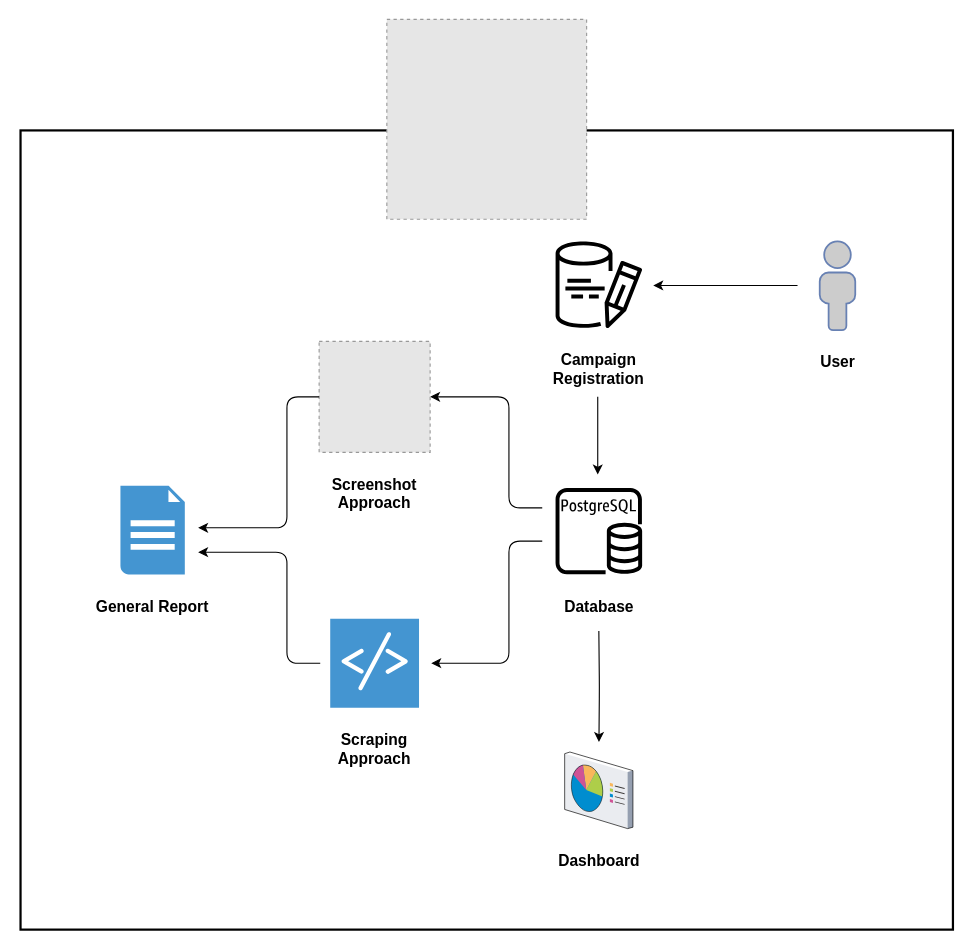
The draw.io diagram Non-Technical/architecture/Brandguard-System-Architecture.drawio in Muhammad-Danish-011/Project-Brandguard, before the edit. Source tidied: cells renumbered, new cells numbered last; positions are measured from the earlier drawing's top-left corner, leaving out a move shared by most shapes. Both pictures are drawn from the tidied source at 111%, with x=0, y=0 at pixel (20, 19). Pictures stored in the file or linked from it are replaced by grey dashed boxes.
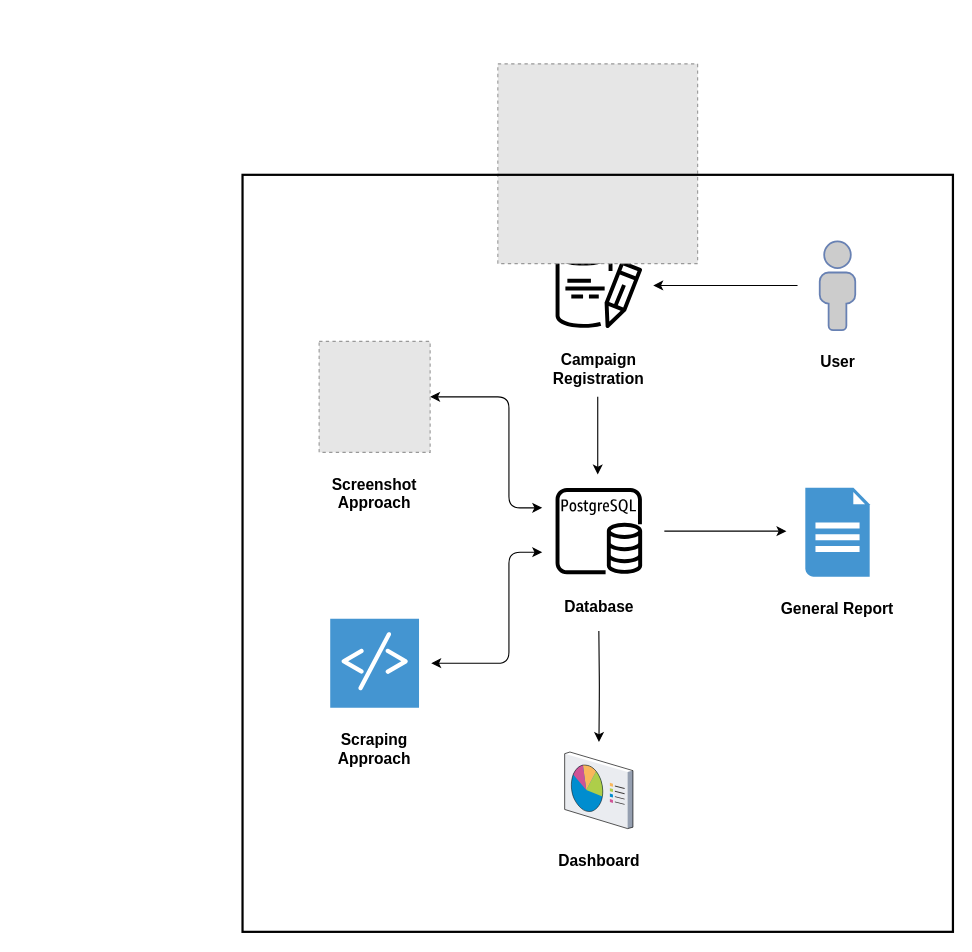
The same diagram, later.

Unchanged cells that the change refers to:
```xml
<mxCell id="5" value="&lt;h3&gt;Screenshot Approach&lt;/h3&gt;" style="fillColor=#E6E6E6;strokeColor=#999999;dashed=1;html=1;verticalAlign=top;verticalLabelPosition=bottom;labelBackgroundColor=none;spacing=2;whiteSpace=wrap;" parent="1" vertex="1">
  <mxGeometry x="269" y="290" width="100" height="100" as="geometry" />
</mxCell>
```

What changed in the source:
```diff
@@
-    <mxCell id="2" style="edgeStyle=orthogonalEdgeStyle;rounded=1;orthogonalLoop=1;jettySize=auto;html=1;" parent="1" edge="1">
+    <mxCell id="2" style="edgeStyle=orthogonalEdgeStyle;rounded=1;orthogonalLoop=1;jettySize=auto;html=1;startArrow=classic;startFill=1;" parent="1" edge="1">
       <mxGeometry relative="1" as="geometry">
-        <mxPoint x="470" y="470" as="sourcePoint" />
+        <mxPoint x="470" y="480" as="sourcePoint" />
         <mxPoint x="370" y="580" as="targetPoint" />
         <Array as="points">
-          <mxPoint x="440" y="470" />
+          <mxPoint x="470" y="480" />
+          <mxPoint x="440" y="480" />
           <mxPoint x="440" y="580" />
         </Array>
       </mxGeometry>
     </mxCell>
@@
-    <mxCell id="4" style="edgeStyle=orthogonalEdgeStyle;rounded=1;jettySize=auto;html=1;entryX=1;entryY=0.5;entryDx=0;entryDy=0;" parent="1" edge="1" target="5">
+    <mxCell id="4" style="edgeStyle=orthogonalEdgeStyle;rounded=1;jettySize=auto;html=1;entryX=1;entryY=0.5;entryDx=0;entryDy=0;startArrow=classic;startFill=1;" parent="1" edge="1" target="5">
       <mxGeometry relative="1" as="geometry">
         <mxPoint x="470" y="440" as="sourcePoint" />
         <Array as="points">
           <mxPoint x="440" y="440" />
           <mxPoint x="440" y="340" />
         </Array>
       </mxGeometry>
     </mxCell>
@@
-    <mxCell id="6" style="edgeStyle=orthogonalEdgeStyle;rounded=1;jettySize=auto;html=1;" parent="1" edge="1" source="5">
-      <mxGeometry relative="1" as="geometry">
-        <mxPoint x="160" y="458" as="targetPoint" />
-        <Array as="points">
-          <mxPoint x="240" y="340" />
-          <mxPoint x="240" y="458" />
-        </Array>
-      </mxGeometry>
-    </mxCell>
     <mxCell id="7" value="&lt;h3&gt;General&amp;nbsp;&lt;span style=&quot;background-color: initial;&quot;&gt;Report&lt;/span&gt;&lt;/h3&gt;" style="shadow=0;dashed=0;html=1;strokeColor=none;fillColor=#4495D1;labelPosition=center;verticalLabelPosition=bottom;verticalAlign=top;align=center;shape=mxgraph.veeam.2d.report;whiteSpace=wrap;rounded=1;" parent="1" vertex="1">
-      <mxGeometry x="90" y="420" width="58" height="80" as="geometry" />
+      <mxGeometry x="707" y="422" width="58" height="80" as="geometry" />
     </mxCell>
@@
+    <mxCell id="18" style="edgeStyle=orthogonalEdgeStyle;rounded=0;hachureGap=4;orthogonalLoop=1;jettySize=auto;html=1;fontFamily=Architects Daughter;fontSize=16;" parent="1" edge="1">
+      <mxGeometry relative="1" as="geometry">
+        <mxPoint x="580" y="461" as="sourcePoint" />
+        <mxPoint x="690" y="461" as="targetPoint" />
+      </mxGeometry>
+    </mxCell>
@@
-    <mxCell id="14" style="edgeStyle=orthogonalEdgeStyle;rounded=1;orthogonalLoop=1;jettySize=auto;html=1;" parent="1" edge="1">
-      <mxGeometry relative="1" as="geometry">
-        <mxPoint x="270" y="580" as="sourcePoint" />
-        <mxPoint x="160" y="480" as="targetPoint" />
-        <Array as="points">
-          <mxPoint x="240" y="580" />
-          <mxPoint x="240" y="480" />
-        </Array>
-      </mxGeometry>
-    </mxCell>
@@
-    <mxCell id="16" style="whiteSpace=wrap;html=1;fillColor=none;strokeWidth=2;" parent="1" vertex="1">
-      <mxGeometry y="100" width="840" height="720" as="geometry" />
-    </mxCell>
     <mxCell id="17" style="fillColor=#E6E6E6;strokeColor=#999999;dashed=1;verticalLabelPosition=bottom;labelBackgroundColor=default;verticalAlign=top;" parent="1" vertex="1">
-      <mxGeometry x="330" width="180" height="180" as="geometry" />
+      <mxGeometry x="430" y="40" width="180" height="180" as="geometry" />
     </mxCell>
+    <mxCell id="19" style="whiteSpace=wrap;html=1;fillColor=none;strokeWidth=2;" parent="1" vertex="1">
+      <mxGeometry x="200" y="140" width="640" height="682" as="geometry" />
+    </mxCell>
```
